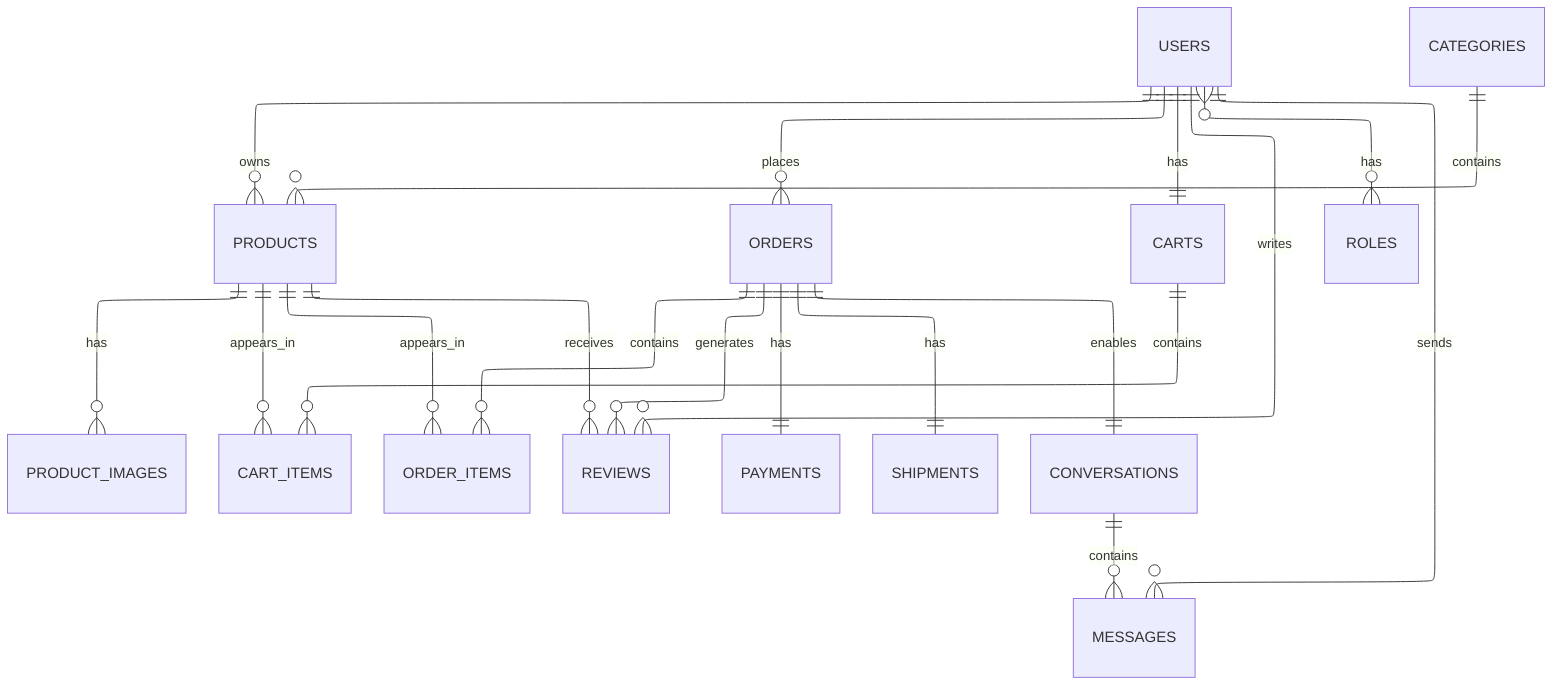
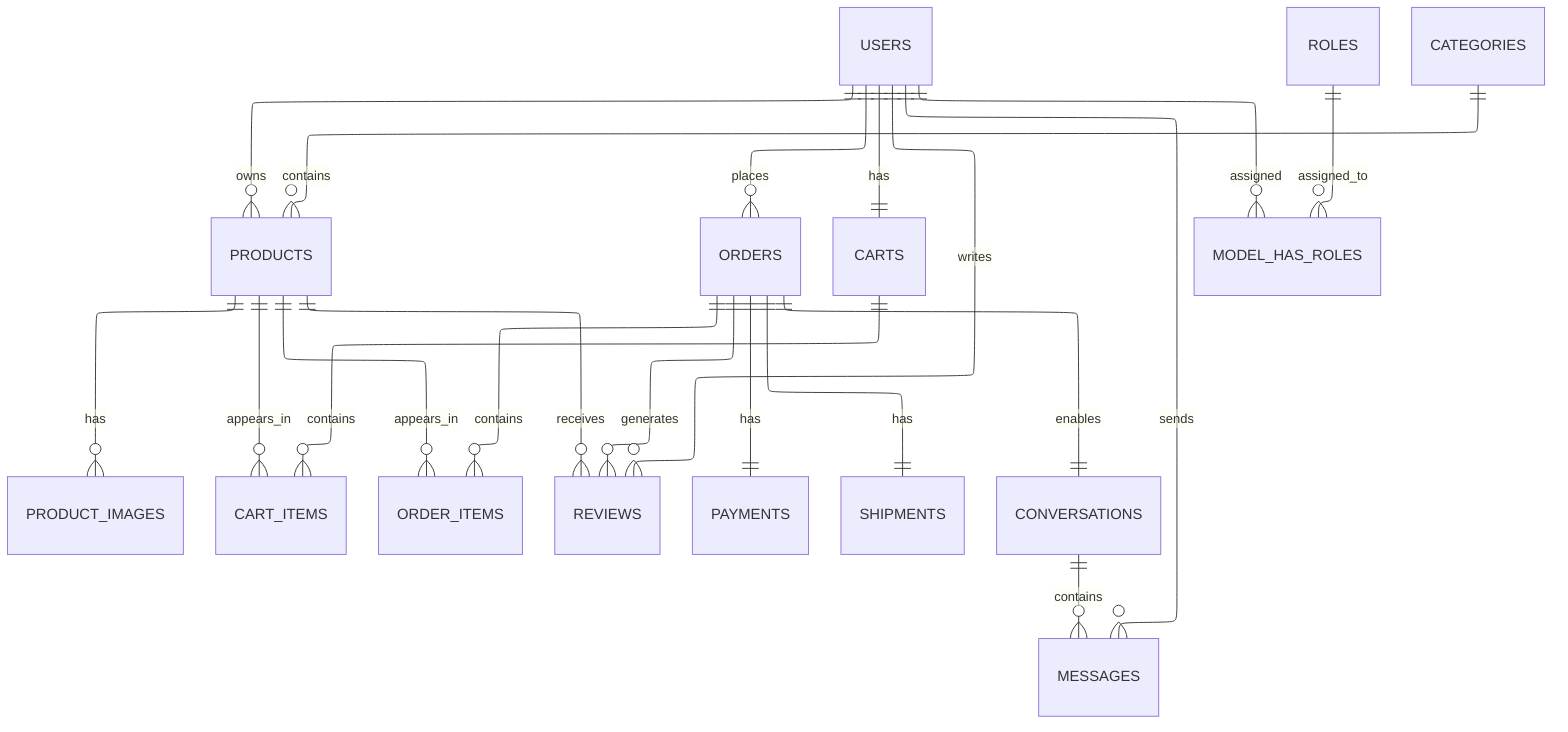
---
config:
  layout: elk
---
erDiagram
 USERS ||--o{ PRODUCTS : owns
 USERS ||--o{ ORDERS : places
 USERS ||--|| CARTS : has
-  USERS }o--o{ ROLES : has
+  USERS ||--o{ MODEL_HAS_ROLES : assigned
+  ROLES ||--o{ MODEL_HAS_ROLES : assigned_to

 CATEGORIES ||--o{ PRODUCTS : contains

 PRODUCTS ||--o{ PRODUCT_IMAGES : has
 PRODUCTS ||--o{ CART_ITEMS : appears_in
 PRODUCTS ||--o{ ORDER_ITEMS : appears_in
 PRODUCTS ||--o{ REVIEWS : receives

 CARTS ||--o{ CART_ITEMS : contains

 ORDERS ||--o{ ORDER_ITEMS : contains
 ORDERS ||--|| PAYMENTS : has
 ORDERS ||--|| SHIPMENTS : has
 ORDERS ||--|| CONVERSATIONS : enables
 ORDERS ||--o{ REVIEWS : generates

 CONVERSATIONS ||--o{ MESSAGES : contains

 USERS ||--o{ REVIEWS : writes
-  USERS ||--o{ MESSAGES : sends+  USERS ||--o{ MESSAGES : sends
